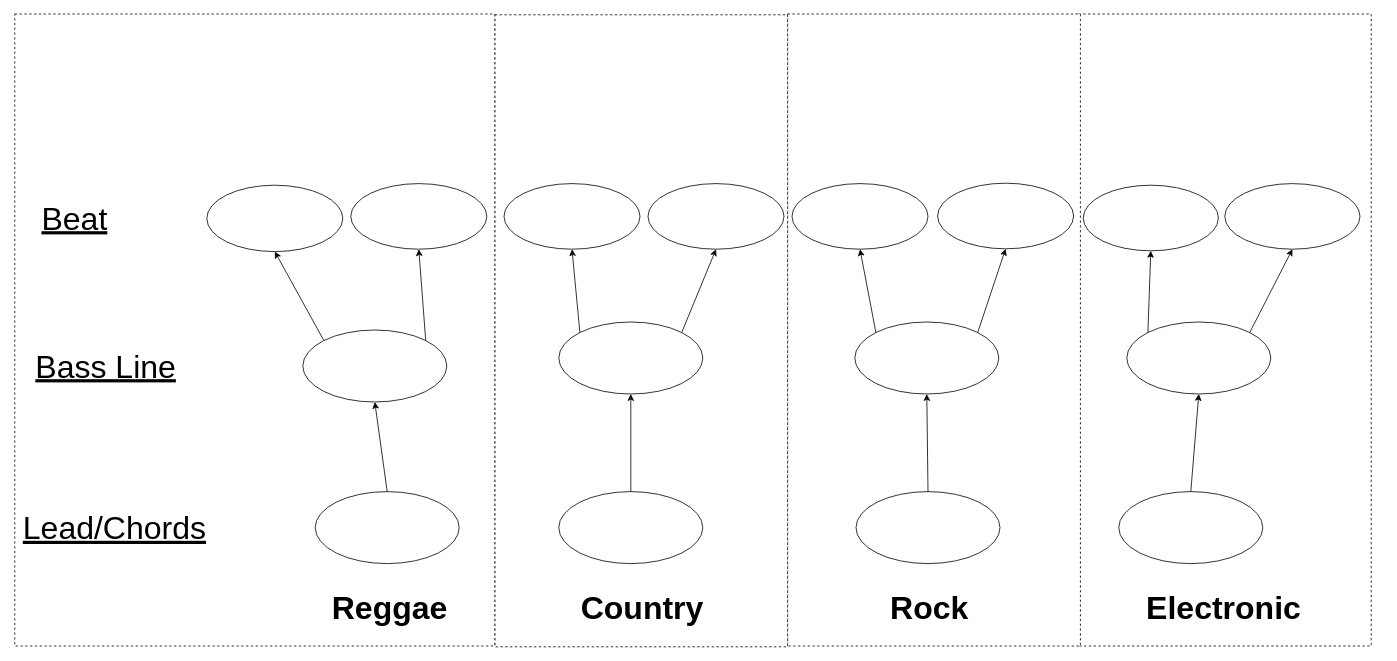
Before: misc Docs/Skill/Music Tree.drawio in jtarr10/SummerGameProject, a draw.io diagram. Source tidied: cells renumbered, new cells numbered last; positions are measured from the earlier drawing's top-left corner, leaving out a move shared by most shapes. Both pictures are drawn from the tidied source at 80%, with x=0, y=0 at pixel (13, 14).
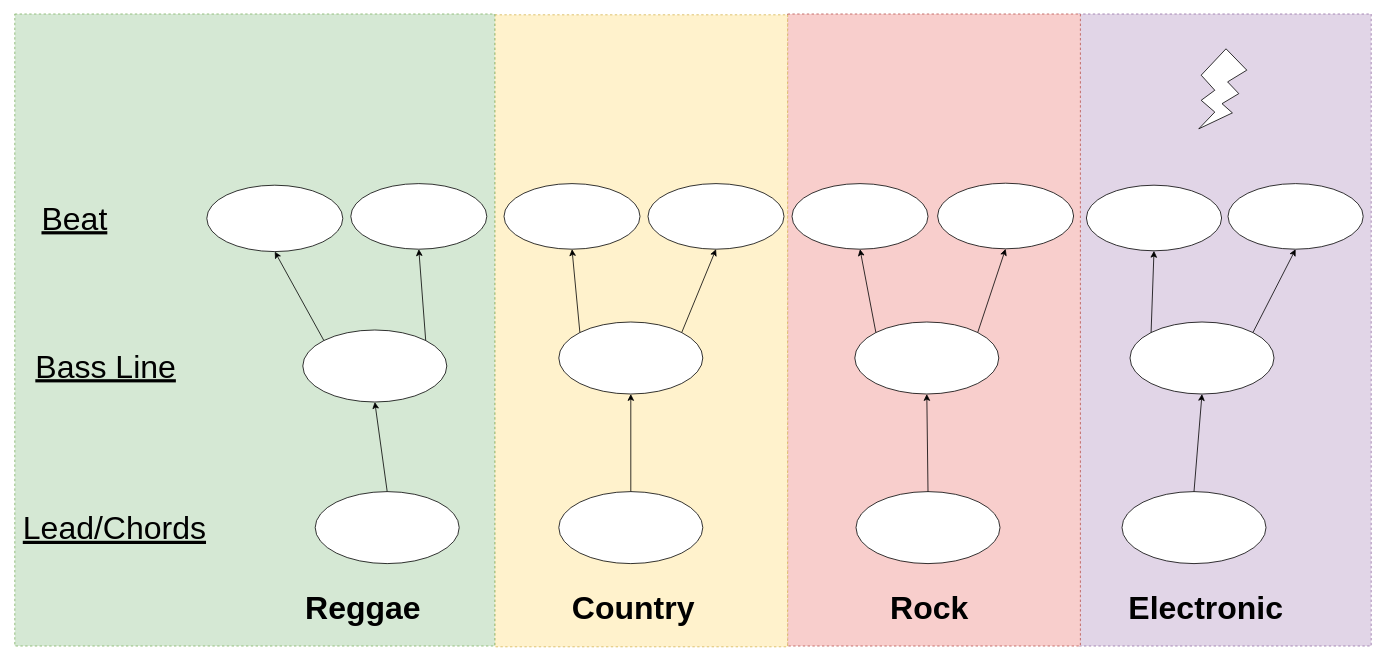
The same diagram, later.

Change to the diagram source:
```diff
@@
-    <mxCell id="2" style="rounded=0;whiteSpace=wrap;html=1;dashed=1;" parent="1" vertex="1">
+    <mxCell id="2" style="rounded=0;whiteSpace=wrap;html=1;dashed=1;fillColor=#e1d5e7;strokeColor=#9673a6;" parent="1" vertex="1">
       <mxGeometry x="1331.5" width="366" height="790" as="geometry" />
     </mxCell>
-    <mxCell id="3" style="rounded=0;whiteSpace=wrap;html=1;dashed=1;" parent="1" vertex="1">
+    <mxCell id="3" style="rounded=0;whiteSpace=wrap;html=1;dashed=1;fillColor=#f8cecc;strokeColor=#b85450;" parent="1" vertex="1">
       <mxGeometry x="968" width="366" height="790" as="geometry" />
     </mxCell>
-    <mxCell id="4" style="rounded=0;whiteSpace=wrap;html=1;dashed=1;" parent="1" vertex="1">
+    <mxCell id="4" style="rounded=0;whiteSpace=wrap;html=1;dashed=1;fillColor=#fff2cc;strokeColor=#d6b656;" parent="1" vertex="1">
       <mxGeometry x="602" y="1" width="366" height="790" as="geometry" />
     </mxCell>
-    <mxCell id="5" style="rounded=0;whiteSpace=wrap;html=1;dashed=1;" parent="1" vertex="1">
+    <mxCell id="5" style="rounded=0;whiteSpace=wrap;html=1;dashed=1;fillColor=#d5e8d4;strokeColor=#82b366;" parent="1" vertex="1">
       <mxGeometry x="2" width="600" height="790" as="geometry" />
     </mxCell>
@@
     <mxCell id="9" style="ellipse;whiteSpace=wrap;html=1;" parent="1" vertex="1">
-      <mxGeometry x="1382" y="597" width="180" height="90" as="geometry" />
+      <mxGeometry x="1386" y="597" width="180" height="90" as="geometry" />
     </mxCell>
@@
     <mxCell id="13" style="ellipse;whiteSpace=wrap;html=1;" parent="1" vertex="1">
-      <mxGeometry x="1392" y="385" width="180" height="90" as="geometry" />
+      <mxGeometry x="1396" y="385" width="180" height="90" as="geometry" />
     </mxCell>
@@
     <mxCell id="20" style="ellipse;whiteSpace=wrap;html=1;" parent="1" vertex="1">
-      <mxGeometry x="1337.5" y="214" width="169" height="82" as="geometry" />
+      <mxGeometry x="1341.5" y="214" width="169" height="82" as="geometry" />
     </mxCell>
     <mxCell id="21" style="ellipse;whiteSpace=wrap;html=1;" parent="1" vertex="1">
-      <mxGeometry x="1514.5" y="212" width="169" height="82" as="geometry" />
+      <mxGeometry x="1518.5" y="212" width="169" height="82" as="geometry" />
     </mxCell>
@@
-    <mxCell id="37" value="&lt;h1 style=&quot;font-size: 40px&quot;&gt;&amp;nbsp; &amp;nbsp; &amp;nbsp; Reggae&amp;nbsp; &amp;nbsp; &amp;nbsp; &amp;nbsp; &amp;nbsp; &amp;nbsp; &amp;nbsp; &amp;nbsp;Country&amp;nbsp; &amp;nbsp; &amp;nbsp; &amp;nbsp; &amp;nbsp; &amp;nbsp; &amp;nbsp; &amp;nbsp; &amp;nbsp; &amp;nbsp; &amp;nbsp;Rock&amp;nbsp; &amp;nbsp; &amp;nbsp; &amp;nbsp; &amp;nbsp; &amp;nbsp; &amp;nbsp; &amp;nbsp; &amp;nbsp; &amp;nbsp; Electronic&lt;/h1&gt;" style="text;html=1;strokeColor=none;fillColor=none;spacing=5;spacingTop=-20;whiteSpace=wrap;overflow=hidden;rounded=0;" parent="1" vertex="1">
+    <mxCell id="37" value="&lt;h1 style=&quot;font-size: 40px&quot;&gt;&amp;nbsp; &amp;nbsp;Reggae&amp;nbsp; &amp;nbsp; &amp;nbsp; &amp;nbsp; &amp;nbsp; &amp;nbsp; &amp;nbsp; &amp;nbsp; &amp;nbsp;Country&amp;nbsp; &amp;nbsp; &amp;nbsp; &amp;nbsp; &amp;nbsp; &amp;nbsp; &amp;nbsp; &amp;nbsp; &amp;nbsp; &amp;nbsp; &amp;nbsp; Rock&amp;nbsp; &amp;nbsp; &amp;nbsp; &amp;nbsp; &amp;nbsp; &amp;nbsp; &amp;nbsp; &amp;nbsp; &amp;nbsp; Electronic&lt;/h1&gt;" style="text;html=1;strokeColor=none;fillColor=none;spacing=5;spacingTop=-20;whiteSpace=wrap;overflow=hidden;rounded=0;" parent="1" vertex="1">
       <mxGeometry x="327" y="702" width="1385" height="80" as="geometry" />
     </mxCell>
+    <mxCell id="38" style="verticalLabelPosition=bottom;verticalAlign=top;html=1;shape=mxgraph.basic.flash;" parent="1" vertex="1">
+      <mxGeometry x="1482" y="43.5" width="60" height="100" as="geometry" />
+    </mxCell>
```
